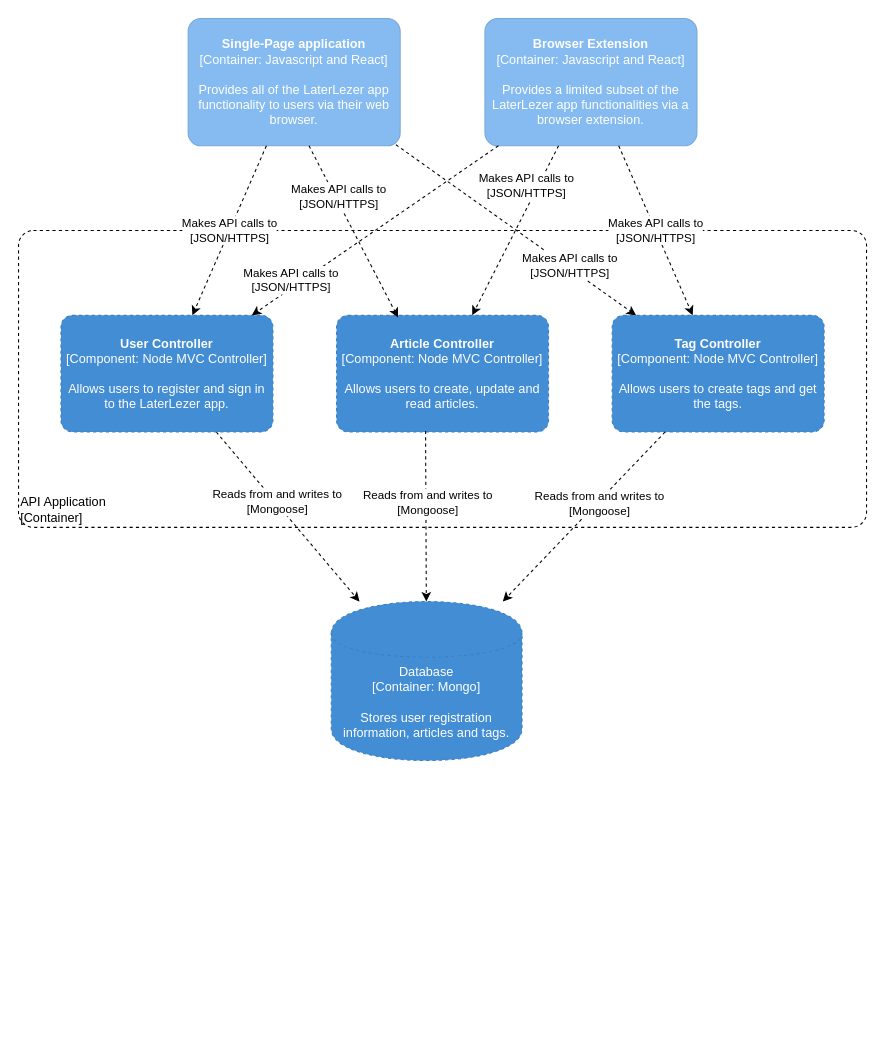
Above: page "components-diagram-server" (3 of 7) of documents/c4model.drawio in Patrickroelofs/HANICA-DWA-Laterlezer (draw.io), before the change. Source tidied: cells renumbered, new cells numbered last; positions are measured from the earlier drawing's top-left corner, leaving out a move shared by most shapes. Both pictures are drawn from the tidied source at 106%, with x=0, y=0 at pixel (18, 18).
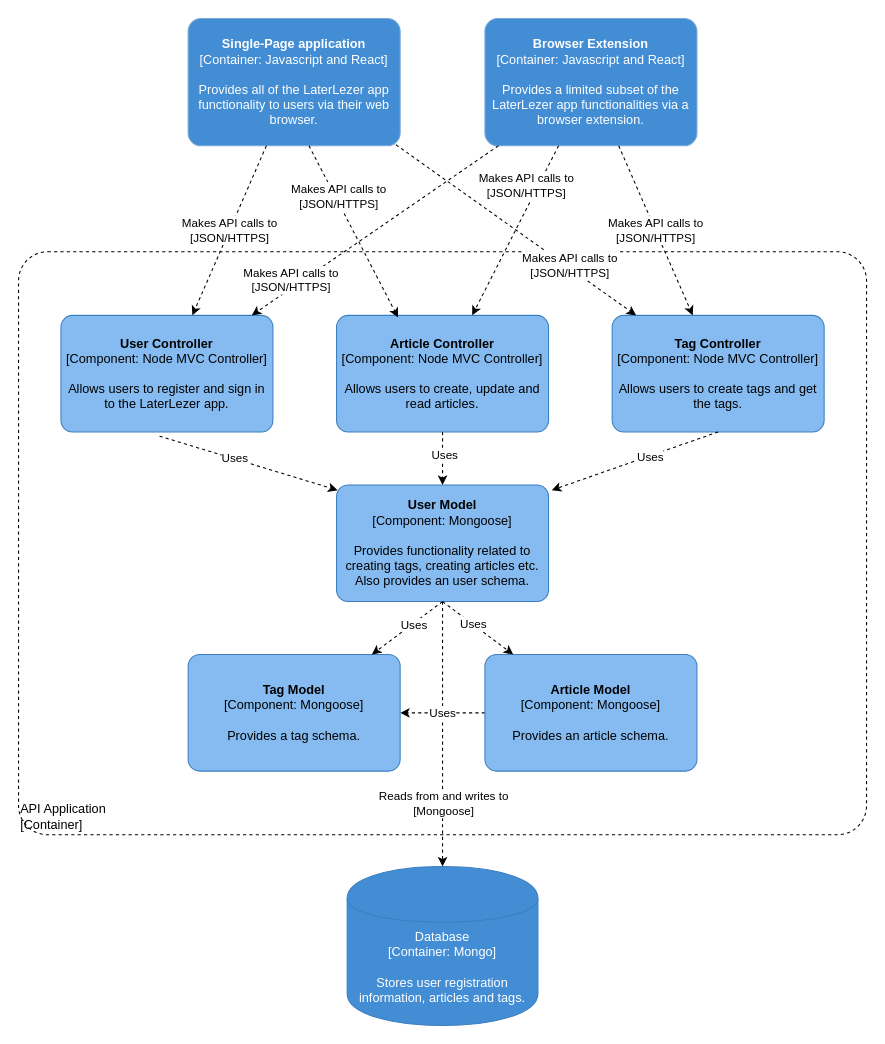
The same page after the edit.

The edit, as a diff of the source:
```diff
@@
     <object id="2" label="&lt;div style=&quot;text-align: left&quot;&gt;%c4Name%&lt;/div&gt;&lt;div style=&quot;text-align: left&quot;&gt;[%c4Application%]&lt;/div&gt;" c4Application="Container" c4Name="API Application" placeholders="1">
       <mxCell style="rounded=1;whiteSpace=wrap;html=1;labelBackgroundColor=none;fontColor=#000000;align=left;arcSize=5;strokeColor=#000000;verticalAlign=bottom;metaData={&quot;c4Type&quot;:{&quot;editable&quot;:false}};dashed=1;fillColor=none;" parent="1" vertex="1">
-        <mxGeometry y="200" width="800" height="280" as="geometry" />
+        <mxGeometry y="220" width="800" height="550" as="geometry" />
       </mxCell>
     </object>
     <object id="3" label="&lt;b&gt;%c4Name%&lt;/b&gt;&lt;div&gt;[%c4Type%: %c4Technology%]&lt;/div&gt;&lt;br&gt;&lt;div&gt;%c4Description%&lt;/div&gt;" c4Description="Provides all of the LaterLezer app functionality to users via their web browser." c4Name="Single-Page application" c4Technology="Javascript and React" c4Type="Container" placeholders="1">
-      <mxCell style="rounded=1;whiteSpace=wrap;html=1;labelBackgroundColor=none;fillColor=#85BBF0;fontColor=#ffffff;align=center;arcSize=10;strokeColor=#78A8D8;metaData={&quot;c4Type&quot;:{&quot;editable&quot;:false}};points=[[0.25,0,0],[0.5,0,0],[0.75,0,0],[1,0.25,0],[1,0.5,0],[1,0.75,0],[0.75,1,0],[0.5,1,0],[0.25,1,0],[0,0.75,0],[0,0.5,0],[0,0.25,0]];" parent="1" vertex="1">
+      <mxCell style="rounded=1;whiteSpace=wrap;html=1;labelBackgroundColor=none;fontColor=#ffffff;align=center;arcSize=10;strokeColor=#78A8D8;metaData={&quot;c4Type&quot;:{&quot;editable&quot;:false}};points=[[0.25,0,0],[0.5,0,0],[0.75,0,0],[1,0.25,0],[1,0.5,0],[1,0.75,0],[0.75,1,0],[0.5,1,0],[0.25,1,0],[0,0.75,0],[0,0.5,0],[0,0.25,0]];fillColor=#438DD5;" parent="1" vertex="1">
         <mxGeometry x="160" width="200" height="120" as="geometry" />
       </mxCell>
     </object>
     <object id="4" label="&lt;b&gt;%c4Name%&lt;/b&gt;&lt;div&gt;[%c4Type%: %c4Technology%]&lt;/div&gt;&lt;br&gt;&lt;div&gt;%c4Description%&lt;/div&gt;" c4Description="Provides a limited subset of the LaterLezer app functionalities via a browser extension." c4Name="Browser Extension" c4Technology="Javascript and React" c4Type="Container" placeholders="1">
-      <mxCell style="rounded=1;whiteSpace=wrap;html=1;labelBackgroundColor=none;fillColor=#85BBF0;fontColor=#ffffff;align=center;arcSize=10;strokeColor=#78A8D8;metaData={&quot;c4Type&quot;:{&quot;editable&quot;:false}};points=[[0.25,0,0],[0.5,0,0],[0.75,0,0],[1,0.25,0],[1,0.5,0],[1,0.75,0],[0.75,1,0],[0.5,1,0],[0.25,1,0],[0,0.75,0],[0,0.5,0],[0,0.25,0]];" parent="1" vertex="1">
+      <mxCell style="rounded=1;whiteSpace=wrap;html=1;labelBackgroundColor=none;fontColor=#ffffff;align=center;arcSize=10;strokeColor=#78A8D8;metaData={&quot;c4Type&quot;:{&quot;editable&quot;:false}};points=[[0.25,0,0],[0.5,0,0],[0.75,0,0],[1,0.25,0],[1,0.5,0],[1,0.75,0],[0.75,1,0],[0.5,1,0],[0.25,1,0],[0,0.75,0],[0,0.5,0],[0,0.25,0]];fillColor=#438DD5;" parent="1" vertex="1">
         <mxGeometry x="440" width="200" height="120" as="geometry" />
       </mxCell>
     </object>
-    <mxCell id="5" style="edgeStyle=none;rounded=0;jettySize=auto;html=1;dashed=1;strokeColor=#000000;" parent="1" edge="1" source="7" target="8">
+    <mxCell id="5" style="edgeStyle=none;rounded=0;jettySize=auto;html=1;dashed=1;strokeColor=#000000;exitX=0.5;exitY=1;exitDx=0;exitDy=0;exitPerimeter=0;" parent="1" edge="1" source="21" target="8">
       <mxGeometry relative="1" as="geometry" />
     </mxCell>
     <mxCell id="6" value="Reads from and writes to&lt;br&gt;[Mongoose]" style="edgeLabel;html=1;align=center;verticalAlign=middle;" parent="5" vertex="1">
-      <mxGeometry x="-0.17" y="1" relative="1" as="geometry" />
+      <mxGeometry x="-0.17" y="1" relative="1" as="geometry">
+        <mxPoint x="-1" y="86" as="offset" />
+      </mxGeometry>
     </mxCell>
     <object id="7" label="&lt;b&gt;%c4Name%&lt;/b&gt;&lt;div&gt;[%c4Type%: %c4Technology%]&lt;/div&gt;&lt;br&gt;&lt;div&gt;%c4Description%&lt;/div&gt;" c4Description="Allows users to register and sign in to the LaterLezer app." c4Name="User Controller" c4Technology="Node MVC Controller" c4Type="Component" placeholders="1">
-      <mxCell style="rounded=1;whiteSpace=wrap;html=1;labelBackgroundColor=none;fillColor=#438DD5;fontColor=#ffffff;align=center;arcSize=10;strokeColor=#3C7FC0;metaData={&quot;c4Type&quot;:{&quot;editable&quot;:false}};points=[[0.25,0,0],[0.5,0,0],[0.75,0,0],[1,0.25,0],[1,0.5,0],[1,0.75,0],[0.75,1,0],[0.5,1,0],[0.25,1,0],[0,0.75,0],[0,0.5,0],[0,0.25,0]];dashed=1;" parent="1" vertex="1">
+      <mxCell style="rounded=1;whiteSpace=wrap;html=1;labelBackgroundColor=none;align=center;arcSize=10;strokeColor=#3C7FC0;metaData={&quot;c4Type&quot;:{&quot;editable&quot;:false}};points=[[0.25,0,0],[0.5,0,0],[0.75,0,0],[1,0.25,0],[1,0.5,0],[1,0.75,0],[0.75,1,0],[0.5,1,0],[0.25,1,0],[0,0.75,0],[0,0.5,0],[0,0.25,0]];fillColor=#85BBF0;" parent="1" vertex="1">
         <mxGeometry x="40" y="280" width="200" height="110" as="geometry" />
       </mxCell>
     </object>
     <object id="8" label="%c4Type%&lt;div&gt;[Container:&amp;nbsp;%c4Technology%]&lt;/div&gt;&lt;br&gt;&lt;div&gt;%c4Description%&lt;/div&gt;" c4Description="Stores user registration information, articles and tags." c4Technology="Mongo" c4Type="Database" placeholders="1">
-      <mxCell style="shape=cylinder;whiteSpace=wrap;html=1;boundedLbl=1;rounded=0;labelBackgroundColor=none;fillColor=#438DD5;fontSize=12;fontColor=#ffffff;align=center;strokeColor=#3C7FC0;points=[[0.5,0,0],[1,0.25,0],[1,0.5,0],[1,0.75,0],[0.5,1,0],[0,0.75,0],[0,0.5,0],[0,0.25,0]];metaData={&quot;c4Type&quot;:{&quot;editable&quot;:false}};dashed=1;" parent="1" vertex="1">
-        <mxGeometry x="295" y="550" width="180" height="150" as="geometry" />
+      <mxCell style="shape=cylinder;whiteSpace=wrap;html=1;boundedLbl=1;rounded=0;labelBackgroundColor=none;fillColor=#438DD5;fontSize=12;fontColor=#ffffff;align=center;strokeColor=#3C7FC0;points=[[0.5,0,0],[1,0.25,0],[1,0.5,0],[1,0.75,0],[0.5,1,0],[0,0.75,0],[0,0.5,0],[0,0.25,0]];metaData={&quot;c4Type&quot;:{&quot;editable&quot;:false}};" parent="1" vertex="1">
+        <mxGeometry x="310" y="800" width="180" height="150" as="geometry" />
       </mxCell>
     </object>
     <object id="9" label="&lt;b&gt;%c4Name%&lt;/b&gt;&lt;div&gt;[%c4Type%: %c4Technology%]&lt;/div&gt;&lt;br&gt;&lt;div&gt;%c4Description%&lt;/div&gt;" c4Description="Allows users to create, update and read articles." c4Name="Article Controller" c4Technology="Node MVC Controller" c4Type="Component" placeholders="1">
-      <mxCell style="rounded=1;whiteSpace=wrap;html=1;labelBackgroundColor=none;fillColor=#438DD5;fontColor=#ffffff;align=center;arcSize=10;strokeColor=#3C7FC0;metaData={&quot;c4Type&quot;:{&quot;editable&quot;:false}};points=[[0.25,0,0],[0.5,0,0],[0.75,0,0],[1,0.25,0],[1,0.5,0],[1,0.75,0],[0.75,1,0],[0.5,1,0],[0.25,1,0],[0,0.75,0],[0,0.5,0],[0,0.25,0]];dashed=1;" parent="1" vertex="1">
+      <mxCell style="rounded=1;whiteSpace=wrap;html=1;labelBackgroundColor=none;align=center;arcSize=10;strokeColor=#3C7FC0;metaData={&quot;c4Type&quot;:{&quot;editable&quot;:false}};points=[[0.25,0,0],[0.5,0,0],[0.75,0,0],[1,0.25,0],[1,0.5,0],[1,0.75,0],[0.75,1,0],[0.5,1,0],[0.25,1,0],[0,0.75,0],[0,0.5,0],[0,0.25,0]];fillColor=#85BBF0;" parent="1" vertex="1">
         <mxGeometry x="300" y="280" width="200" height="110" as="geometry" />
       </mxCell>
     </object>
     <object id="10" label="&lt;b&gt;%c4Name%&lt;/b&gt;&lt;div&gt;[%c4Type%: %c4Technology%]&lt;/div&gt;&lt;br&gt;&lt;div&gt;%c4Description%&lt;/div&gt;" c4Description="Allows users to create tags and get the tags." c4Name="Tag Controller" c4Technology="Node MVC Controller" c4Type="Component" placeholders="1">
-      <mxCell style="rounded=1;whiteSpace=wrap;html=1;labelBackgroundColor=none;fillColor=#438DD5;fontColor=#ffffff;align=center;arcSize=10;strokeColor=#3C7FC0;metaData={&quot;c4Type&quot;:{&quot;editable&quot;:false}};points=[[0.25,0,0],[0.5,0,0],[0.75,0,0],[1,0.25,0],[1,0.5,0],[1,0.75,0],[0.75,1,0],[0.5,1,0],[0.25,1,0],[0,0.75,0],[0,0.5,0],[0,0.25,0]];dashed=1;" parent="1" vertex="1">
+      <mxCell style="rounded=1;whiteSpace=wrap;html=1;labelBackgroundColor=none;align=center;arcSize=10;strokeColor=#3C7FC0;metaData={&quot;c4Type&quot;:{&quot;editable&quot;:false}};points=[[0.25,0,0],[0.5,0,0],[0.75,0,0],[1,0.25,0],[1,0.5,0],[1,0.75,0],[0.75,1,0],[0.5,1,0],[0.25,1,0],[0,0.75,0],[0,0.5,0],[0,0.25,0]];fillColor=#85BBF0;" parent="1" vertex="1">
         <mxGeometry x="560" y="280" width="200" height="110" as="geometry" />
       </mxCell>
     </object>
@@
-    <mxCell id="17" style="edgeStyle=none;rounded=0;jettySize=auto;html=1;dashed=1;strokeColor=#000000;exitX=0.42;exitY=0.991;exitDx=0;exitDy=0;exitPerimeter=0;" parent="1" edge="1" source="9" target="8">
-      <mxGeometry relative="1" as="geometry" />
-    </mxCell>
-    <mxCell id="18" value="Reads from and writes to&lt;br&gt;[Mongoose]" style="edgeLabel;html=1;align=center;verticalAlign=middle;" parent="17" vertex="1">
-      <mxGeometry x="-0.17" y="1" relative="1" as="geometry" />
-    </mxCell>
-    <mxCell id="19" style="edgeStyle=none;rounded=0;jettySize=auto;html=1;dashed=1;strokeColor=#000000;exitX=0.25;exitY=1;exitDx=0;exitDy=0;exitPerimeter=0;" parent="1" edge="1" source="10" target="8">
-      <mxGeometry relative="1" as="geometry" />
-    </mxCell>
-    <mxCell id="20" value="Reads from and writes to&lt;br&gt;[Mongoose]" style="edgeLabel;html=1;align=center;verticalAlign=middle;" parent="19" vertex="1">
-      <mxGeometry x="-0.17" y="1" relative="1" as="geometry" />
-    </mxCell>
+    <object id="21" label="&lt;b&gt;%c4Name%&lt;/b&gt;&lt;div&gt;[%c4Type%: %c4Technology%]&lt;/div&gt;&lt;br&gt;&lt;div&gt;%c4Description%&lt;/div&gt;" c4Description="Provides functionality related to creating tags, creating articles etc. Also provides an user schema." c4Name="User Model" c4Technology="Mongoose" c4Type="Component" placeholders="1">
+      <mxCell style="rounded=1;whiteSpace=wrap;html=1;labelBackgroundColor=none;align=center;arcSize=10;strokeColor=#3C7FC0;metaData={&quot;c4Type&quot;:{&quot;editable&quot;:false}};points=[[0.25,0,0],[0.5,0,0],[0.75,0,0],[1,0.25,0],[1,0.5,0],[1,0.75,0],[0.75,1,0],[0.5,1,0],[0.25,1,0],[0,0.75,0],[0,0.5,0],[0,0.25,0]];fillColor=#85BBF0;" parent="1" vertex="1">
+        <mxGeometry x="300" y="440" width="200" height="110" as="geometry" />
+      </mxCell>
+    </object>
+    <mxCell id="22" value="Uses" style="edgeStyle=orthogonalEdgeStyle;rounded=0;jettySize=auto;html=1;fontColor=#000000;dashed=1;" parent="1" edge="1" source="23" target="24">
+      <mxGeometry relative="1" as="geometry" />
+    </mxCell>
+    <object id="23" label="&lt;b&gt;%c4Name%&lt;/b&gt;&lt;div&gt;[%c4Type%: %c4Technology%]&lt;/div&gt;&lt;br&gt;&lt;div&gt;%c4Description%&lt;/div&gt;" c4Description="Provides an article schema." c4Name="Article Model" c4Technology="Mongoose" c4Type="Component" placeholders="1">
+      <mxCell style="rounded=1;whiteSpace=wrap;html=1;labelBackgroundColor=none;align=center;arcSize=10;strokeColor=#3C7FC0;metaData={&quot;c4Type&quot;:{&quot;editable&quot;:false}};points=[[0.25,0,0],[0.5,0,0],[0.75,0,0],[1,0.25,0],[1,0.5,0],[1,0.75,0],[0.75,1,0],[0.5,1,0],[0.25,1,0],[0,0.75,0],[0,0.5,0],[0,0.25,0]];fillColor=#85BBF0;" parent="1" vertex="1">
+        <mxGeometry x="440" y="600" width="200" height="110" as="geometry" />
+      </mxCell>
+    </object>
+    <object id="24" label="&lt;b&gt;%c4Name%&lt;/b&gt;&lt;div&gt;[%c4Type%: %c4Technology%]&lt;/div&gt;&lt;br&gt;&lt;div&gt;%c4Description%&lt;/div&gt;" c4Description="Provides a tag schema." c4Name="Tag Model" c4Technology="Mongoose" c4Type="Component" placeholders="1">
+      <mxCell style="rounded=1;whiteSpace=wrap;html=1;labelBackgroundColor=none;align=center;arcSize=10;strokeColor=#3C7FC0;metaData={&quot;c4Type&quot;:{&quot;editable&quot;:false}};points=[[0.25,0,0],[0.5,0,0],[0.75,0,0],[1,0.25,0],[1,0.5,0],[1,0.75,0],[0.75,1,0],[0.5,1,0],[0.25,1,0],[0,0.75,0],[0,0.5,0],[0,0.25,0]];fillColor=#85BBF0;" parent="1" vertex="1">
+        <mxGeometry x="160" y="600" width="200" height="110" as="geometry" />
+      </mxCell>
+    </object>
+    <mxCell id="25" style="edgeStyle=none;rounded=0;jettySize=auto;html=1;dashed=1;strokeColor=#000000;exitX=0.465;exitY=1.036;exitDx=0;exitDy=0;exitPerimeter=0;entryX=0.005;entryY=0.045;entryDx=0;entryDy=0;entryPerimeter=0;" parent="1" edge="1" source="7" target="21">
+      <mxGeometry relative="1" as="geometry" />
+    </mxCell>
+    <mxCell id="26" value="Uses" style="edgeLabel;html=1;align=center;verticalAlign=middle;" parent="25" vertex="1">
+      <mxGeometry x="-0.17" y="1" relative="1" as="geometry" />
+    </mxCell>
+    <mxCell id="27" style="edgeStyle=none;rounded=0;jettySize=auto;html=1;dashed=1;strokeColor=#000000;entryX=0.5;entryY=0;entryDx=0;entryDy=0;entryPerimeter=0;" parent="1" edge="1" source="9" target="21">
+      <mxGeometry relative="1" as="geometry" />
+    </mxCell>
+    <mxCell id="28" value="Uses" style="edgeLabel;html=1;align=center;verticalAlign=middle;" parent="27" vertex="1">
+      <mxGeometry x="-0.17" y="1" relative="1" as="geometry" />
+    </mxCell>
+    <mxCell id="29" style="edgeStyle=none;rounded=0;jettySize=auto;html=1;dashed=1;strokeColor=#000000;entryX=1.015;entryY=0.045;entryDx=0;entryDy=0;entryPerimeter=0;exitX=0.5;exitY=1;exitDx=0;exitDy=0;exitPerimeter=0;" parent="1" edge="1" source="10" target="21">
+      <mxGeometry relative="1" as="geometry" />
+    </mxCell>
+    <mxCell id="30" value="Uses" style="edgeLabel;html=1;align=center;verticalAlign=middle;" parent="29" vertex="1">
+      <mxGeometry x="-0.17" y="1" relative="1" as="geometry" />
+    </mxCell>
+    <mxCell id="31" style="edgeStyle=none;rounded=0;jettySize=auto;html=1;dashed=1;strokeColor=#000000;exitX=0.5;exitY=1;exitDx=0;exitDy=0;exitPerimeter=0;" parent="1" edge="1" source="21" target="24">
+      <mxGeometry relative="1" as="geometry" />
+    </mxCell>
+    <mxCell id="32" value="Uses" style="edgeLabel;html=1;align=center;verticalAlign=middle;" parent="31" vertex="1">
+      <mxGeometry x="-0.17" y="1" relative="1" as="geometry" />
+    </mxCell>
+    <mxCell id="33" style="edgeStyle=none;rounded=0;jettySize=auto;html=1;dashed=1;strokeColor=#000000;exitX=0.5;exitY=1;exitDx=0;exitDy=0;exitPerimeter=0;" parent="1" edge="1" source="21" target="23">
+      <mxGeometry relative="1" as="geometry" />
+    </mxCell>
+    <mxCell id="34" value="Uses" style="edgeLabel;html=1;align=center;verticalAlign=middle;" parent="33" vertex="1">
+      <mxGeometry x="-0.17" y="1" relative="1" as="geometry" />
+    </mxCell>
```
